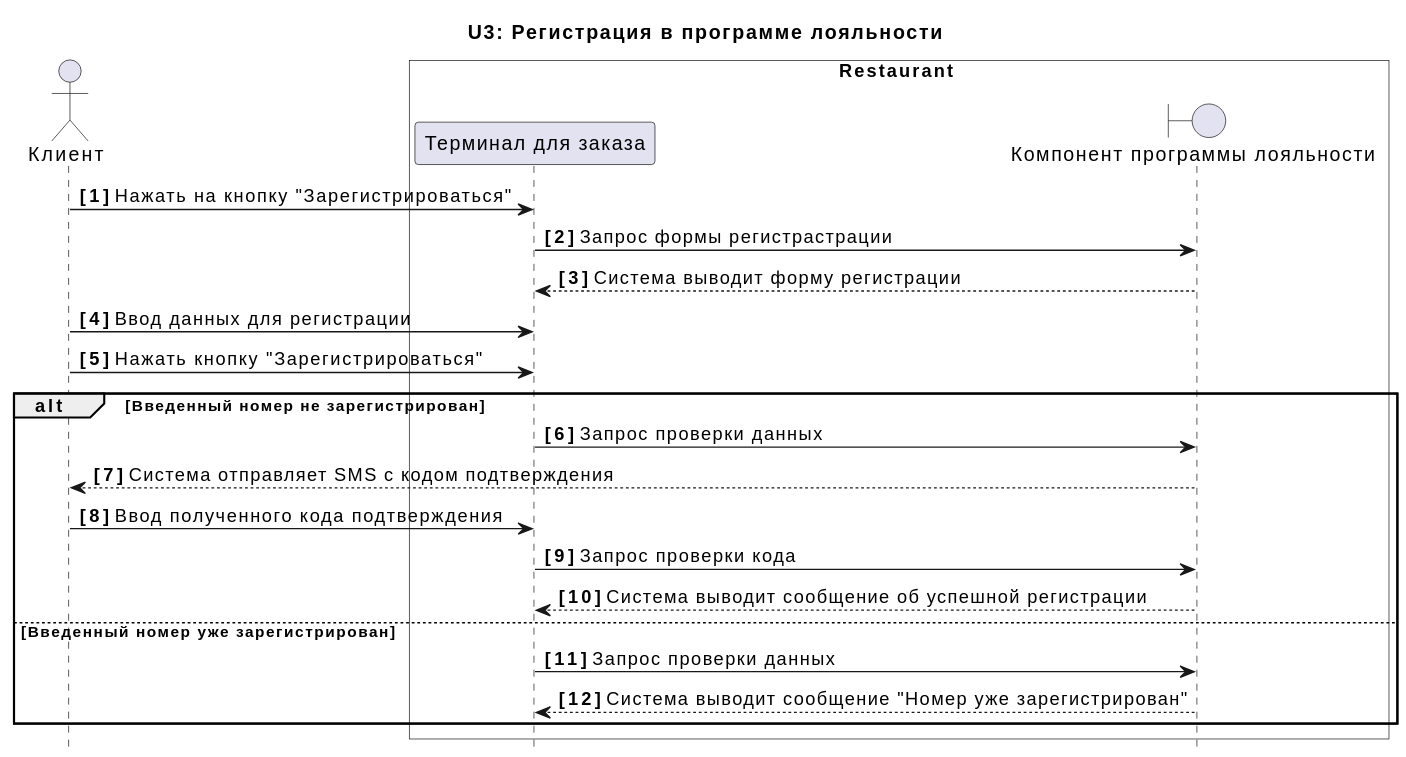
Above: docs/diagrams/include/UC3.svg in xxx996/OTUS_Restaraunt (PlantUML), before the change.
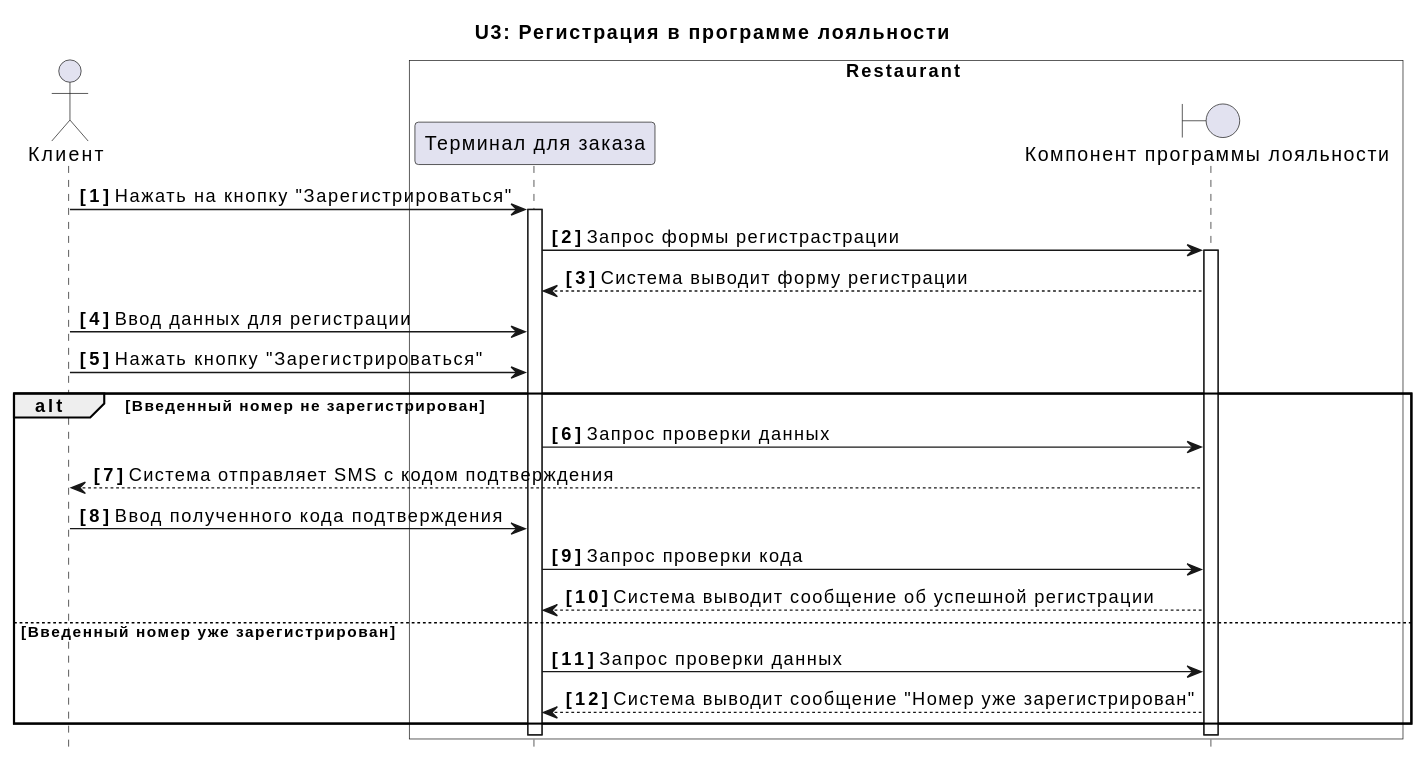
The same diagram one commit later.

What changed in the source:
```diff
@@ -10,8 +10,8 @@
 hide footbox
 autonumber "<b>[0]"
 
-C -> A:  Нажать на кнопку "Зарегистрироваться"
-A -> L:  Запрос формы регистрастрации
+C -> A++:  Нажать на кнопку "Зарегистрироваться"
+A -> L++:  Запрос формы регистрастрации
 L --> A:  Система выводит форму регистрации
 C -> A:  Ввод данных для регистрации
 C -> A:  Нажать кнопку "Зарегистрироваться"
```
